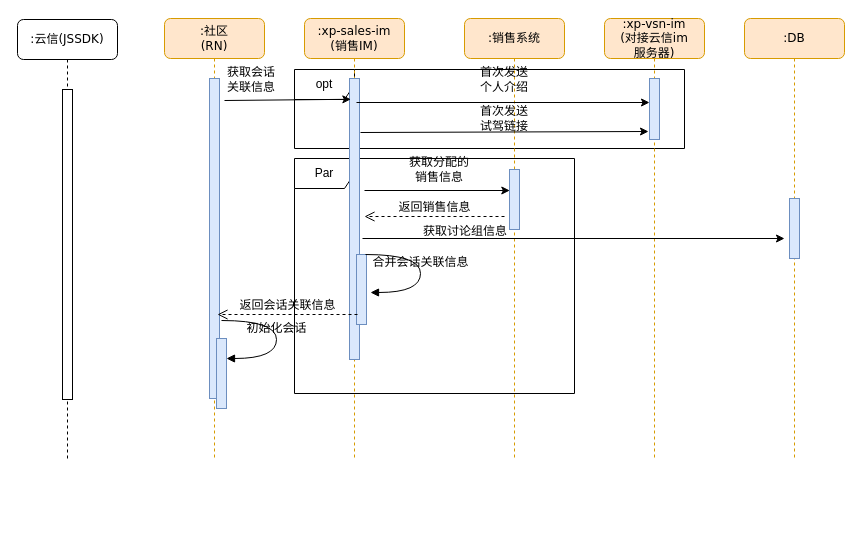
The draw.io diagram arch/sns/im-entry.drawio in zhangchuhu/drawio, before the edit. Source tidied: cells renumbered, new cells numbered last; positions are measured from the earlier drawing's top-left corner, leaving out a move shared by most shapes. Both pictures are drawn from the tidied source at 100%, with x=0, y=0 at pixel (17, 18).
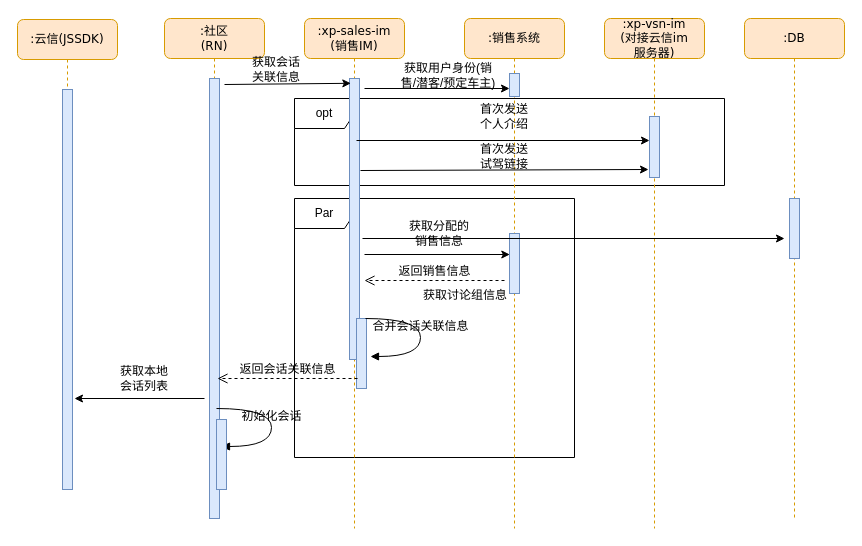
The same page after the edit.

The change refers to these unchanged cells:
```xml
<mxCell id="5" style="html=1;points=[];perimeter=orthogonalPerimeter;rounded=0;shadow=0;comic=0;labelBackgroundColor=none;strokeWidth=1;fontFamily=Verdana;fontSize=12;align=center;fillColor=#dae8fc;strokeColor=#6c8ebf;" parent="4" vertex="1">
  <mxGeometry x="45" y="60" width="10" height="281" as="geometry" />
</mxCell>
```

Diff of the diagram source:
```diff
@@
     <mxCell id="2" value="opt" style="shape=umlFrame;whiteSpace=wrap;html=1;" parent="1" vertex="1">
-      <mxGeometry x="277" y="51" width="390" height="79" as="geometry" />
+      <mxGeometry x="277" y="80" width="430" height="87" as="geometry" />
     </mxCell>
     <mxCell id="3" value="Par" style="shape=umlFrame;whiteSpace=wrap;html=1;" parent="1" vertex="1">
-      <mxGeometry x="277" y="140" width="280" height="235" as="geometry" />
+      <mxGeometry x="277" y="180" width="280" height="259" as="geometry" />
     </mxCell>
     <mxCell id="4" value=":xp-sales-im&lt;br&gt;(销售IM)" style="shape=umlLifeline;perimeter=lifelinePerimeter;whiteSpace=wrap;html=1;rounded=1;shadow=0;comic=0;labelBackgroundColor=none;strokeWidth=1;fontFamily=Verdana;fontSize=12;align=center;fillColor=#ffe6cc;strokeColor=#d79b00;" parent="1" vertex="1">
-      <mxGeometry x="287" width="100" height="440" as="geometry" />
+      <mxGeometry x="287" width="100" height="510" as="geometry" />
     </mxCell>
@@
     <mxCell id="6" value=":销售系统" style="shape=umlLifeline;perimeter=lifelinePerimeter;whiteSpace=wrap;html=1;rounded=1;shadow=0;comic=0;labelBackgroundColor=none;strokeWidth=1;fontFamily=Verdana;fontSize=12;align=center;fillColor=#ffe6cc;strokeColor=#d79b00;" parent="1" vertex="1">
-      <mxGeometry x="447" width="100" height="440" as="geometry" />
+      <mxGeometry x="447" width="100" height="510" as="geometry" />
     </mxCell>
     <mxCell id="7" style="html=1;perimeter=orthogonalPerimeter;rounded=0;shadow=0;comic=0;labelBackgroundColor=none;strokeWidth=1;fontFamily=Verdana;fontSize=12;align=center;fillColor=#dae8fc;strokeColor=#6c8ebf;" parent="6" vertex="1">
-      <mxGeometry x="45" y="151" width="10" height="60" as="geometry" />
+      <mxGeometry x="45" y="215" width="10" height="60" as="geometry" />
     </mxCell>
+    <mxCell id="32" style="html=1;points=[];perimeter=orthogonalPerimeter;rounded=0;shadow=0;comic=0;labelBackgroundColor=none;strokeWidth=1;fontFamily=Verdana;fontSize=12;align=center;fillColor=#dae8fc;strokeColor=#6c8ebf;" parent="6" vertex="1">
+      <mxGeometry x="45" y="55" width="10" height="23" as="geometry" />
+    </mxCell>
     <mxCell id="8" value=":xp-vsn-im&lt;br&gt;(对接云信im&lt;br&gt;服务器)" style="shape=umlLifeline;perimeter=lifelinePerimeter;whiteSpace=wrap;html=1;rounded=1;shadow=0;comic=0;labelBackgroundColor=none;strokeWidth=1;fontFamily=Verdana;fontSize=12;align=center;fillColor=#ffe6cc;strokeColor=#d79b00;" parent="1" vertex="1">
-      <mxGeometry x="587" width="100" height="440" as="geometry" />
+      <mxGeometry x="587" width="100" height="510" as="geometry" />
     </mxCell>
     <mxCell id="9" style="html=1;points=[];perimeter=orthogonalPerimeter;rounded=0;shadow=0;comic=0;labelBackgroundColor=none;strokeWidth=1;fontFamily=Verdana;fontSize=12;align=center;fillColor=#dae8fc;strokeColor=#6c8ebf;" parent="8" vertex="1">
-      <mxGeometry x="45" y="60" width="10" height="61" as="geometry" />
+      <mxGeometry x="45" y="98" width="10" height="61" as="geometry" />
     </mxCell>
     <mxCell id="10" value=":DB" style="shape=umlLifeline;perimeter=lifelinePerimeter;whiteSpace=wrap;html=1;rounded=1;shadow=0;comic=0;labelBackgroundColor=none;strokeWidth=1;fontFamily=Verdana;fontSize=12;align=center;fillColor=#ffe6cc;strokeColor=#d79b00;" parent="1" vertex="1">
-      <mxGeometry x="727" width="100" height="440" as="geometry" />
+      <mxGeometry x="727" width="100" height="500" as="geometry" />
     </mxCell>
     <mxCell id="11" value=":社区&lt;br&gt;(RN)" style="shape=umlLifeline;perimeter=lifelinePerimeter;whiteSpace=wrap;html=1;rounded=1;shadow=0;comic=0;labelBackgroundColor=none;strokeWidth=1;fontFamily=Verdana;fontSize=12;align=center;fillColor=#ffe6cc;strokeColor=#d79b00;" parent="1" vertex="1">
-      <mxGeometry x="147" width="100" height="440" as="geometry" />
+      <mxGeometry x="147" width="100" height="500" as="geometry" />
     </mxCell>
     <mxCell id="12" style="html=1;perimeter=orthogonalPerimeter;rounded=0;shadow=0;comic=0;labelBackgroundColor=none;strokeWidth=1;fontFamily=Verdana;fontSize=12;align=center;fillColor=#dae8fc;strokeColor=#6c8ebf;" parent="11" vertex="1">
-      <mxGeometry x="45" y="60" width="10" height="320" as="geometry" />
+      <mxGeometry x="45" y="60" width="10" height="440" as="geometry" />
     </mxCell>
@@
     <mxCell id="14" value="返回销售信息" style="html=1;verticalAlign=bottom;endArrow=open;dashed=1;endSize=8;labelBackgroundColor=none;fontFamily=Verdana;fontSize=12;edgeStyle=elbowEdgeStyle;elbow=vertical;" parent="1" edge="1">
       <mxGeometry relative="1" as="geometry">
-        <mxPoint x="487" y="198" as="sourcePoint" />
-        <mxPoint x="347" y="198" as="targetPoint" />
+        <mxPoint x="487" y="262" as="sourcePoint" />
+        <mxPoint x="347" y="262" as="targetPoint" />
         <Array as="points">
-          <mxPoint x="425" y="198" />
-          <mxPoint x="455" y="198" />
+          <mxPoint x="425" y="262" />
+          <mxPoint x="455" y="262" />
         </Array>
       </mxGeometry>
     </mxCell>
     <mxCell id="15" value="初始化会话" style="html=1;verticalAlign=bottom;endArrow=block;labelBackgroundColor=none;fontFamily=Verdana;fontSize=12;elbow=vertical;edgeStyle=orthogonalEdgeStyle;curved=1;entryX=1;entryY=0.286;entryPerimeter=0;exitX=1.038;exitY=0.345;exitPerimeter=0;" parent="1" edge="1">
       <mxGeometry relative="1" as="geometry">
-        <mxPoint x="204" y="302" as="sourcePoint" />
-        <mxPoint x="209" y="340" as="targetPoint" />
+        <mxPoint x="199" y="390" as="sourcePoint" />
+        <mxPoint x="204" y="428" as="targetPoint" />
         <Array as="points">
-          <mxPoint x="259" y="302" />
-          <mxPoint x="259" y="340" />
+          <mxPoint x="254" y="390" />
+          <mxPoint x="254" y="428" />
         </Array>
       </mxGeometry>
     </mxCell>
     <mxCell id="16" style="html=1;perimeter=orthogonalPerimeter;rounded=0;shadow=0;comic=0;labelBackgroundColor=none;strokeWidth=1;fontFamily=Verdana;fontSize=12;align=center;fillColor=#dae8fc;strokeColor=#6c8ebf;" parent="1" vertex="1">
-      <mxGeometry x="199" y="320" width="10" height="70" as="geometry" />
+      <mxGeometry x="199" y="401" width="10" height="70" as="geometry" />
     </mxCell>
-    <mxCell id="17" value=":云信(JSSDK)" style="shape=umlLifeline;perimeter=lifelinePerimeter;whiteSpace=wrap;html=1;rounded=1;shadow=0;comic=0;labelBackgroundColor=none;strokeWidth=1;fontFamily=Verdana;fontSize=12;align=center;" parent="1" vertex="1">
-      <mxGeometry y="1" width="100" height="440" as="geometry" />
+    <mxCell id="17" value=":云信(JSSDK)" style="shape=umlLifeline;perimeter=lifelinePerimeter;whiteSpace=wrap;html=1;rounded=1;shadow=0;comic=0;labelBackgroundColor=none;strokeWidth=1;fontFamily=Verdana;fontSize=12;align=center;fillColor=#ffe6cc;strokeColor=#d79b00;" parent="1" vertex="1">
+      <mxGeometry y="1" width="100" height="470" as="geometry" />
     </mxCell>
-    <mxCell id="18" style="html=1;perimeter=orthogonalPerimeter;rounded=0;shadow=0;comic=0;labelBackgroundColor=none;strokeWidth=1;fontFamily=Verdana;fontSize=12;align=center;" parent="17" vertex="1">
-      <mxGeometry x="45" y="70" width="10" height="310" as="geometry" />
+    <mxCell id="18" style="html=1;perimeter=orthogonalPerimeter;rounded=0;shadow=0;comic=0;labelBackgroundColor=none;strokeWidth=1;fontFamily=Verdana;fontSize=12;align=center;fillColor=#dae8fc;strokeColor=#6c8ebf;" parent="17" vertex="1">
+      <mxGeometry x="45" y="70" width="10" height="400" as="geometry" />
     </mxCell>
     <mxCell id="19" style="endArrow=classic;html=1;entryX=0.133;entryY=0.45;entryDx=0;entryDy=0;entryPerimeter=0;" parent="1" edge="1">
       <mxGeometry relative="1" as="geometry">
-        <mxPoint x="347" y="172" as="sourcePoint" />
-        <mxPoint x="492.3" y="172" as="targetPoint" />
+        <mxPoint x="347" y="236" as="sourcePoint" />
+        <mxPoint x="492.3" y="236" as="targetPoint" />
       </mxGeometry>
     </mxCell>
     <mxCell id="20" value="获取分配的销售信息" style="text;html=1;strokeColor=none;fillColor=none;align=center;verticalAlign=middle;whiteSpace=wrap;rounded=0;" parent="1" vertex="1">
-      <mxGeometry x="387" y="141" width="70" height="20" as="geometry" />
+      <mxGeometry x="387" y="205" width="70" height="20" as="geometry" />
     </mxCell>
     <mxCell id="21" style="html=1;perimeter=orthogonalPerimeter;rounded=0;shadow=0;comic=0;labelBackgroundColor=none;strokeWidth=1;fontFamily=Verdana;fontSize=12;align=center;fillColor=#dae8fc;strokeColor=#6c8ebf;" parent="1" vertex="1">
-      <mxGeometry x="339" y="236" width="10" height="70" as="geometry" />
+      <mxGeometry x="339" y="300" width="10" height="70" as="geometry" />
     </mxCell>
     <mxCell id="22" value="合并会话关联信息" style="html=1;verticalAlign=bottom;endArrow=block;labelBackgroundColor=none;fontFamily=Verdana;fontSize=12;elbow=vertical;edgeStyle=orthogonalEdgeStyle;curved=1;entryX=1;entryY=0.286;entryPerimeter=0;exitX=1.038;exitY=0.345;exitPerimeter=0;" parent="1" edge="1">
       <mxGeometry relative="1" as="geometry">
-        <mxPoint x="348" y="236" as="sourcePoint" />
-        <mxPoint x="353" y="274" as="targetPoint" />
+        <mxPoint x="348" y="300" as="sourcePoint" />
+        <mxPoint x="353" y="338" as="targetPoint" />
         <Array as="points">
-          <mxPoint x="403" y="236" />
-          <mxPoint x="403" y="274" />
+          <mxPoint x="403" y="300" />
+          <mxPoint x="403" y="338" />
         </Array>
       </mxGeometry>
     </mxCell>
@@
     <mxCell id="24" value="获取讨论组信息" style="text;html=1;strokeColor=none;fillColor=none;align=center;verticalAlign=middle;whiteSpace=wrap;rounded=0;" parent="1" vertex="1">
-      <mxGeometry x="403" y="203" width="90" height="20" as="geometry" />
+      <mxGeometry x="403" y="267" width="90" height="20" as="geometry" />
     </mxCell>
     <mxCell id="25" value="返回会话关联信息" style="html=1;verticalAlign=bottom;endArrow=open;dashed=1;endSize=8;labelBackgroundColor=none;fontFamily=Verdana;fontSize=12;edgeStyle=elbowEdgeStyle;elbow=vertical;" parent="1" edge="1">
       <mxGeometry relative="1" as="geometry">
-        <mxPoint x="340" y="296" as="sourcePoint" />
-        <mxPoint x="200" y="296" as="targetPoint" />
+        <mxPoint x="340" y="360" as="sourcePoint" />
+        <mxPoint x="200" y="360" as="targetPoint" />
         <Array as="points">
-          <mxPoint x="278" y="296" />
-          <mxPoint x="308" y="296" />
+          <mxPoint x="278" y="360" />
+          <mxPoint x="308" y="360" />
         </Array>
       </mxGeometry>
     </mxCell>
     <mxCell id="26" value="获取会话&lt;br&gt;关联信息" style="text;html=1;strokeColor=none;fillColor=none;align=center;verticalAlign=middle;whiteSpace=wrap;rounded=0;" parent="1" vertex="1">
-      <mxGeometry x="194" y="51" width="80" height="20" as="geometry" />
+      <mxGeometry x="219" y="41" width="80" height="20" as="geometry" />
     </mxCell>
-    <mxCell id="27" style="endArrow=classic;html=1;entryX=0.133;entryY=0.074;entryDx=0;entryDy=0;entryPerimeter=0;" parent="1" edge="1" target="5">
+    <mxCell id="27" style="endArrow=classic;html=1;entryX=0.133;entryY=0.074;entryDx=0;entryDy=0;entryPerimeter=0;" parent="1" edge="1">
       <mxGeometry relative="1" as="geometry">
-        <mxPoint x="207" y="82" as="sourcePoint" />
+        <mxPoint x="207" y="66" as="sourcePoint" />
+        <mxPoint x="333.3" y="64.8" as="targetPoint" />
       </mxGeometry>
     </mxCell>
     <mxCell id="28" style="endArrow=classic;html=1;" parent="1" edge="1" target="9">
       <mxGeometry relative="1" as="geometry">
-        <mxPoint x="339" y="84" as="sourcePoint" />
+        <mxPoint x="339" y="122" as="sourcePoint" />
       </mxGeometry>
     </mxCell>
     <mxCell id="29" value="首次发送&lt;br&gt;个人介绍" style="text;html=1;strokeColor=none;fillColor=none;align=center;verticalAlign=middle;whiteSpace=wrap;rounded=0;" parent="1" vertex="1">
-      <mxGeometry x="447" y="51" width="80" height="20" as="geometry" />
+      <mxGeometry x="447" y="88" width="80" height="20" as="geometry" />
     </mxCell>
     <mxCell id="30" style="endArrow=classic;html=1;" parent="1" edge="1">
       <mxGeometry relative="1" as="geometry">
-        <mxPoint x="343" y="114" as="sourcePoint" />
-        <mxPoint x="631" y="113" as="targetPoint" />
+        <mxPoint x="343" y="152" as="sourcePoint" />
+        <mxPoint x="631" y="151" as="targetPoint" />
       </mxGeometry>
     </mxCell>
     <mxCell id="31" value="首次发送&lt;br&gt;试驾链接" style="text;html=1;strokeColor=none;fillColor=none;align=center;verticalAlign=middle;whiteSpace=wrap;rounded=0;" parent="1" vertex="1">
-      <mxGeometry x="447" y="90" width="80" height="20" as="geometry" />
+      <mxGeometry x="447" y="128" width="80" height="20" as="geometry" />
     </mxCell>
+    <mxCell id="33" style="endArrow=classic;html=1;" parent="1" edge="1" target="32">
+      <mxGeometry relative="1" as="geometry">
+        <mxPoint x="347" y="70" as="sourcePoint" />
+      </mxGeometry>
+    </mxCell>
+    <mxCell id="34" value="获取用户身份(销售/潜客/预定车主)" style="text;html=1;strokeColor=none;fillColor=none;align=center;verticalAlign=middle;whiteSpace=wrap;rounded=0;" parent="1" vertex="1">
+      <mxGeometry x="381" y="47" width="100" height="20" as="geometry" />
+    </mxCell>
+    <mxCell id="35" style="endArrow=classic;html=1;" parent="1" edge="1">
+      <mxGeometry relative="1" as="geometry">
+        <mxPoint x="187" y="380" as="sourcePoint" />
+        <mxPoint x="57" y="380" as="targetPoint" />
+      </mxGeometry>
+    </mxCell>
+    <mxCell id="36" value="获取本地会话列表" style="text;html=1;strokeColor=none;fillColor=none;align=center;verticalAlign=middle;whiteSpace=wrap;rounded=0;" parent="1" vertex="1">
+      <mxGeometry x="97" y="350" width="60" height="20" as="geometry" />
+    </mxCell>
```
